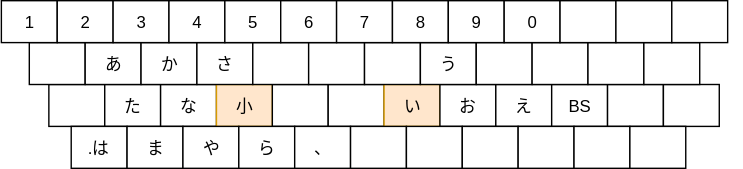
Earlier version of the draw.io export layout_image.drawio.svg (funatsufumiya/pc-f-layout). Source tidied: cells renumbered, new cells last; positions are measured from the earlier drawing's top-left corner, leaving out a move shared by most shapes.
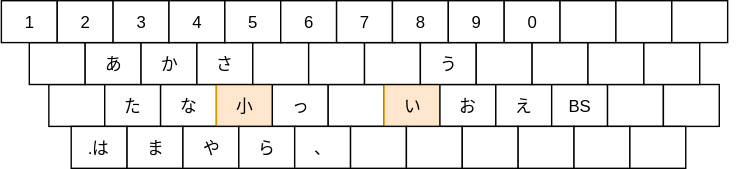
The same file after the commit.

The edit, as a diff of the source:
```diff
@@ -14,7 +14,7 @@
     <mxCell id="5" value="小" style="rounded=0;whiteSpace=wrap;html=1;fillColor=#ffe6cc;strokeColor=#d79b00;" parent="1" vertex="1">
       <mxGeometry x="154" y="60" width="40" height="30" as="geometry" />
     </mxCell>
-    <mxCell id="6" style="rounded=0;whiteSpace=wrap;html=1;" parent="1" vertex="1">
+    <mxCell id="6" value="っ" style="rounded=0;whiteSpace=wrap;html=1;" parent="1" vertex="1">
       <mxGeometry x="194" y="60" width="40" height="30" as="geometry" />
     </mxCell>
     <mxCell id="7" style="rounded=0;whiteSpace=wrap;html=1;" parent="1" vertex="1">
```
